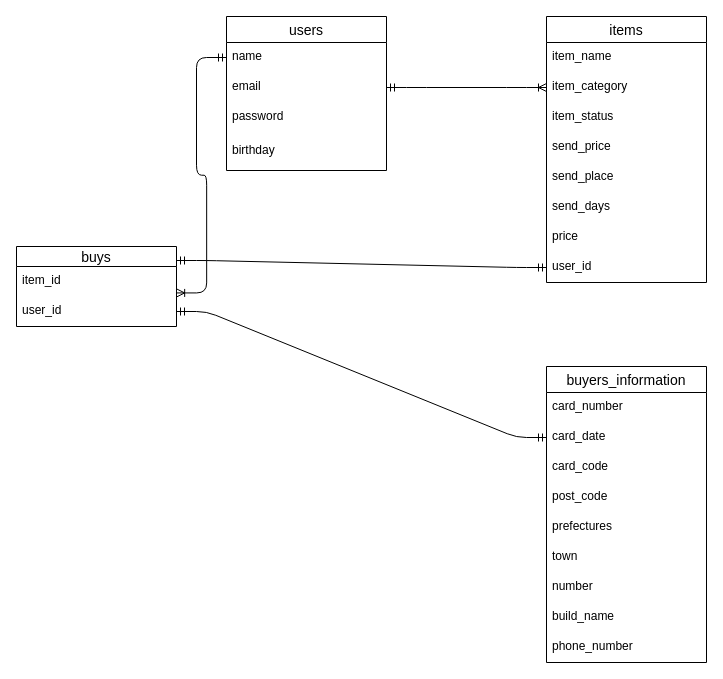
The draw.io diagram config/test.dio in ryo19861210/furima-37671, before the edit. Source tidied: cells renumbered, new cells numbered last; positions are measured from the earlier drawing's top-left corner, leaving out a move shared by most shapes. Both pictures are drawn from the tidied source at 100%, with x=0, y=0 at pixel (16, 16).
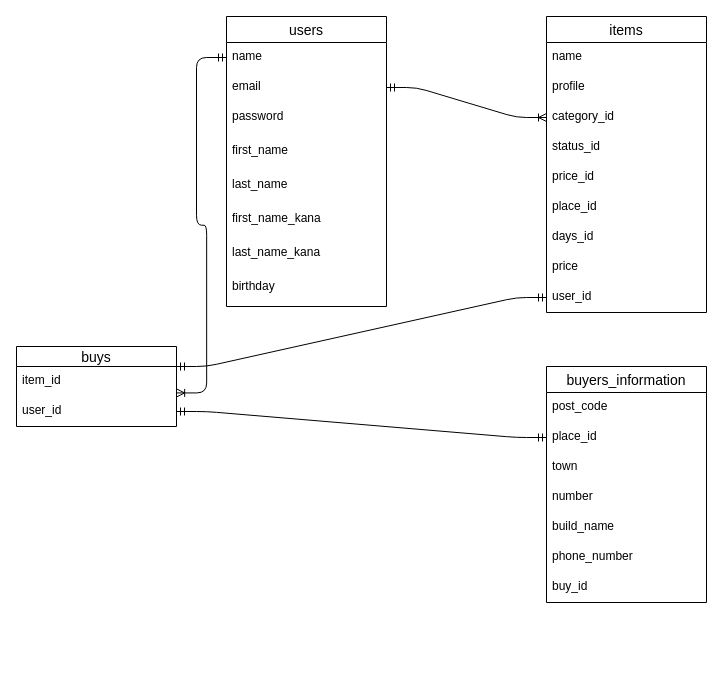
The same diagram, later.

Commit message:
データーベース設計5回目

Unchanged cells that the change refers to:
```xml
<mxCell id="18" value="user_id" style="text;strokeColor=none;fillColor=none;spacingLeft=4;spacingRight=4;overflow=hidden;points=[[0,0.5],[1,0.5]];portConstraint=eastwest;fontSize=12;" parent="16" vertex="1">
  <mxGeometry y="50" width="160" height="30" as="geometry" />
</mxCell>
```

Diff of the diagram source:
```diff
@@
     <mxCell id="2" value="users" style="swimlane;fontStyle=0;horizontal=1;startSize=26;align=center;fontSize=14;" parent="1" vertex="1">
-      <mxGeometry x="210" width="160" height="154" as="geometry" />
+      <mxGeometry x="210" width="160" height="290" as="geometry" />
     </mxCell>
@@
+    <mxCell id="33" value="first_name" style="text;strokeColor=none;fillColor=none;spacingLeft=4;spacingRight=4;overflow=hidden;fontSize=12;" parent="2" vertex="1">
+      <mxGeometry y="120" width="160" height="34" as="geometry" />
+    </mxCell>
+    <mxCell id="34" value="last_name" style="text;strokeColor=none;fillColor=none;spacingLeft=4;spacingRight=4;overflow=hidden;fontSize=12;" parent="2" vertex="1">
+      <mxGeometry y="154" width="160" height="34" as="geometry" />
+    </mxCell>
+    <mxCell id="35" value="first_name_kana" style="text;strokeColor=none;fillColor=none;spacingLeft=4;spacingRight=4;overflow=hidden;fontSize=12;" parent="2" vertex="1">
+      <mxGeometry y="188" width="160" height="34" as="geometry" />
+    </mxCell>
+    <mxCell id="36" value="last_name_kana" style="text;strokeColor=none;fillColor=none;spacingLeft=4;spacingRight=4;overflow=hidden;fontSize=12;" parent="2" vertex="1">
+      <mxGeometry y="222" width="160" height="34" as="geometry" />
+    </mxCell>
     <mxCell id="6" value="birthday" style="text;strokeColor=none;fillColor=none;spacingLeft=4;spacingRight=4;overflow=hidden;fontSize=12;" parent="2" vertex="1">
-      <mxGeometry y="120" width="160" height="34" as="geometry" />
+      <mxGeometry y="256" width="160" height="34" as="geometry" />
     </mxCell>
     <mxCell id="7" value="items" style="swimlane;fontStyle=0;horizontal=1;startSize=26;align=center;fontSize=14;" parent="1" vertex="1">
-      <mxGeometry x="530" width="160" height="266" as="geometry" />
+      <mxGeometry x="530" width="160" height="296" as="geometry" />
     </mxCell>
-    <mxCell id="8" value="item_name" style="text;strokeColor=none;fillColor=none;spacingLeft=4;spacingRight=4;overflow=hidden;fontSize=12;" parent="7" vertex="1">
+    <mxCell id="8" value="name" style="text;strokeColor=none;fillColor=none;spacingLeft=4;spacingRight=4;overflow=hidden;fontSize=12;" parent="7" vertex="1">
       <mxGeometry y="26" width="160" height="30" as="geometry" />
     </mxCell>
+    <mxCell id="37" value="profile" style="text;strokeColor=none;fillColor=none;spacingLeft=4;spacingRight=4;overflow=hidden;fontSize=12;" parent="7" vertex="1">
+      <mxGeometry y="56" width="160" height="30" as="geometry" />
+    </mxCell>
-    <mxCell id="9" value="item_category" style="text;strokeColor=none;fillColor=none;spacingLeft=4;spacingRight=4;overflow=hidden;points=[[0,0.5],[1,0.5]];portConstraint=eastwest;fontSize=12;" parent="7" vertex="1">
-      <mxGeometry y="56" width="160" height="30" as="geometry" />
+    <mxCell id="9" value="category_id" style="text;strokeColor=none;fillColor=none;spacingLeft=4;spacingRight=4;overflow=hidden;points=[[0,0.5],[1,0.5]];portConstraint=eastwest;fontSize=12;" parent="7" vertex="1">
+      <mxGeometry y="86" width="160" height="30" as="geometry" />
     </mxCell>
-    <mxCell id="10" value="item_status" style="text;strokeColor=none;fillColor=none;spacingLeft=4;spacingRight=4;overflow=hidden;fontSize=12;" parent="7" vertex="1">
-      <mxGeometry y="86" width="160" height="30" as="geometry" />
+    <mxCell id="10" value="status_id" style="text;strokeColor=none;fillColor=none;spacingLeft=4;spacingRight=4;overflow=hidden;fontSize=12;" parent="7" vertex="1">
+      <mxGeometry y="116" width="160" height="30" as="geometry" />
     </mxCell>
-    <mxCell id="11" value="send_price" style="text;strokeColor=none;fillColor=none;spacingLeft=4;spacingRight=4;overflow=hidden;fontSize=12;" parent="7" vertex="1">
-      <mxGeometry y="116" width="160" height="30" as="geometry" />
+    <mxCell id="11" value="price_id" style="text;strokeColor=none;fillColor=none;spacingLeft=4;spacingRight=4;overflow=hidden;fontSize=12;" parent="7" vertex="1">
+      <mxGeometry y="146" width="160" height="30" as="geometry" />
     </mxCell>
-    <mxCell id="12" value="send_place" style="text;strokeColor=none;fillColor=none;spacingLeft=4;spacingRight=4;overflow=hidden;fontSize=12;" parent="7" vertex="1">
-      <mxGeometry y="146" width="160" height="30" as="geometry" />
+    <mxCell id="12" value="place_id" style="text;strokeColor=none;fillColor=none;spacingLeft=4;spacingRight=4;overflow=hidden;fontSize=12;" parent="7" vertex="1">
+      <mxGeometry y="176" width="160" height="30" as="geometry" />
     </mxCell>
-    <mxCell id="13" value="send_days" style="text;strokeColor=none;fillColor=none;spacingLeft=4;spacingRight=4;overflow=hidden;fontSize=12;" parent="7" vertex="1">
-      <mxGeometry y="176" width="160" height="30" as="geometry" />
+    <mxCell id="13" value="days_id" style="text;strokeColor=none;fillColor=none;spacingLeft=4;spacingRight=4;overflow=hidden;fontSize=12;" parent="7" vertex="1">
+      <mxGeometry y="206" width="160" height="30" as="geometry" />
     </mxCell>
     <mxCell id="14" value="price" style="text;strokeColor=none;fillColor=none;spacingLeft=4;spacingRight=4;overflow=hidden;fontSize=12;" parent="7" vertex="1">
-      <mxGeometry y="206" width="160" height="30" as="geometry" />
+      <mxGeometry y="236" width="160" height="30" as="geometry" />
     </mxCell>
     <mxCell id="15" value="user_id" style="text;strokeColor=none;fillColor=none;spacingLeft=4;spacingRight=4;overflow=hidden;points=[[0,0.5],[1,0.5]];portConstraint=eastwest;fontSize=12;" parent="7" vertex="1">
-      <mxGeometry y="236" width="160" height="30" as="geometry" />
+      <mxGeometry y="266" width="160" height="30" as="geometry" />
     </mxCell>
     <mxCell id="16" value="buys" style="swimlane;fontStyle=0;horizontal=1;startSize=20;align=center;fontSize=14;" parent="1" vertex="1">
-      <mxGeometry y="230" width="160" height="80" as="geometry" />
+      <mxGeometry y="330" width="160" height="80" as="geometry" />
     </mxCell>
@@
     <mxCell id="19" value="buyers_information" style="swimlane;fontStyle=0;horizontal=1;startSize=26;align=center;fontSize=14;" parent="1" vertex="1">
-      <mxGeometry x="530" y="350" width="160" height="296" as="geometry" />
+      <mxGeometry x="530" y="350" width="160" height="236" as="geometry" />
     </mxCell>
-    <mxCell id="20" value="card_number" style="text;strokeColor=none;fillColor=none;spacingLeft=4;spacingRight=4;overflow=hidden;fontSize=12;" parent="19" vertex="1">
-      <mxGeometry y="26" width="160" height="30" as="geometry" />
-    </mxCell>
-    <mxCell id="21" value="card_date" style="text;strokeColor=none;fillColor=none;spacingLeft=4;spacingRight=4;overflow=hidden;points=[[0,0.5],[1,0.5]];portConstraint=eastwest;fontSize=12;" parent="19" vertex="1">
-      <mxGeometry y="56" width="160" height="30" as="geometry" />
-    </mxCell>
-    <mxCell id="22" value="card_code" style="text;strokeColor=none;fillColor=none;spacingLeft=4;spacingRight=4;overflow=hidden;fontSize=12;" parent="19" vertex="1">
-      <mxGeometry y="86" width="160" height="30" as="geometry" />
-    </mxCell>
     <mxCell id="23" value="post_code" style="text;strokeColor=none;fillColor=none;spacingLeft=4;spacingRight=4;overflow=hidden;fontSize=12;" parent="19" vertex="1">
-      <mxGeometry y="116" width="160" height="30" as="geometry" />
+      <mxGeometry y="26" width="160" height="30" as="geometry" />
     </mxCell>
-    <mxCell id="24" value="prefectures" style="text;strokeColor=none;fillColor=none;spacingLeft=4;spacingRight=4;overflow=hidden;points=[[0,0.5],[1,0.5]];portConstraint=eastwest;fontSize=12;" parent="19" vertex="1">
-      <mxGeometry y="146" width="160" height="30" as="geometry" />
+    <mxCell id="24" value="place_id" style="text;strokeColor=none;fillColor=none;spacingLeft=4;spacingRight=4;overflow=hidden;points=[[0,0.5],[1,0.5]];portConstraint=eastwest;fontSize=12;" parent="19" vertex="1">
+      <mxGeometry y="56" width="160" height="30" as="geometry" />
     </mxCell>
     <mxCell id="25" value="town" style="text;strokeColor=none;fillColor=none;spacingLeft=4;spacingRight=4;overflow=hidden;fontSize=12;" parent="19" vertex="1">
-      <mxGeometry y="176" width="160" height="30" as="geometry" />
+      <mxGeometry y="86" width="160" height="30" as="geometry" />
     </mxCell>
     <mxCell id="26" value="number" style="text;strokeColor=none;fillColor=none;spacingLeft=4;spacingRight=4;overflow=hidden;fontSize=12;" parent="19" vertex="1">
-      <mxGeometry y="206" width="160" height="30" as="geometry" />
+      <mxGeometry y="116" width="160" height="30" as="geometry" />
     </mxCell>
     <mxCell id="27" value="build_name" style="text;strokeColor=none;fillColor=none;spacingLeft=4;spacingRight=4;overflow=hidden;fontSize=12;" parent="19" vertex="1">
-      <mxGeometry y="236" width="160" height="30" as="geometry" />
+      <mxGeometry y="146" width="160" height="30" as="geometry" />
     </mxCell>
     <mxCell id="28" value="phone_number" style="text;strokeColor=none;fillColor=none;spacingLeft=4;spacingRight=4;overflow=hidden;fontSize=12;" parent="19" vertex="1">
-      <mxGeometry y="266" width="160" height="30" as="geometry" />
+      <mxGeometry y="176" width="160" height="30" as="geometry" />
     </mxCell>
+    <mxCell id="38" value="buy_id" style="text;strokeColor=none;fillColor=none;spacingLeft=4;spacingRight=4;overflow=hidden;fontSize=12;" parent="19" vertex="1">
+      <mxGeometry y="206" width="160" height="30" as="geometry" />
+    </mxCell>
-    <mxCell id="29" style="edgeStyle=entityRelationEdgeStyle;fontSize=12;html=1;endArrow=ERmandOne;startArrow=ERmandOne;exitX=1;exitY=0.5;exitDx=0;exitDy=0;entryX=0;entryY=0.5;entryDx=0;entryDy=0;" parent="1" edge="1" source="18" target="21">
+    <mxCell id="29" style="edgeStyle=entityRelationEdgeStyle;fontSize=12;html=1;endArrow=ERmandOne;startArrow=ERmandOne;exitX=1;exitY=0.5;exitDx=0;exitDy=0;entryX=0;entryY=0.5;entryDx=0;entryDy=0;" parent="1" edge="1" source="18" target="24">
       <mxGeometry relative="1" as="geometry" />
     </mxCell>
-    <mxCell id="30" style="edgeStyle=entityRelationEdgeStyle;fontSize=12;html=1;endArrow=ERmandOne;startArrow=ERmandOne;entryX=0;entryY=0.5;entryDx=0;entryDy=0;" parent="1" edge="1" target="15">
-      <mxGeometry relative="1" as="geometry">
-        <mxPoint x="160" y="244" as="sourcePoint" />
-      </mxGeometry>
+    <mxCell id="30" style="edgeStyle=entityRelationEdgeStyle;fontSize=12;html=1;endArrow=ERmandOne;startArrow=ERmandOne;entryX=0;entryY=0.5;entryDx=0;entryDy=0;exitX=1;exitY=0.25;exitDx=0;exitDy=0;" parent="1" edge="1" source="16" target="15">
+      <mxGeometry relative="1" as="geometry" />
     </mxCell>
```
